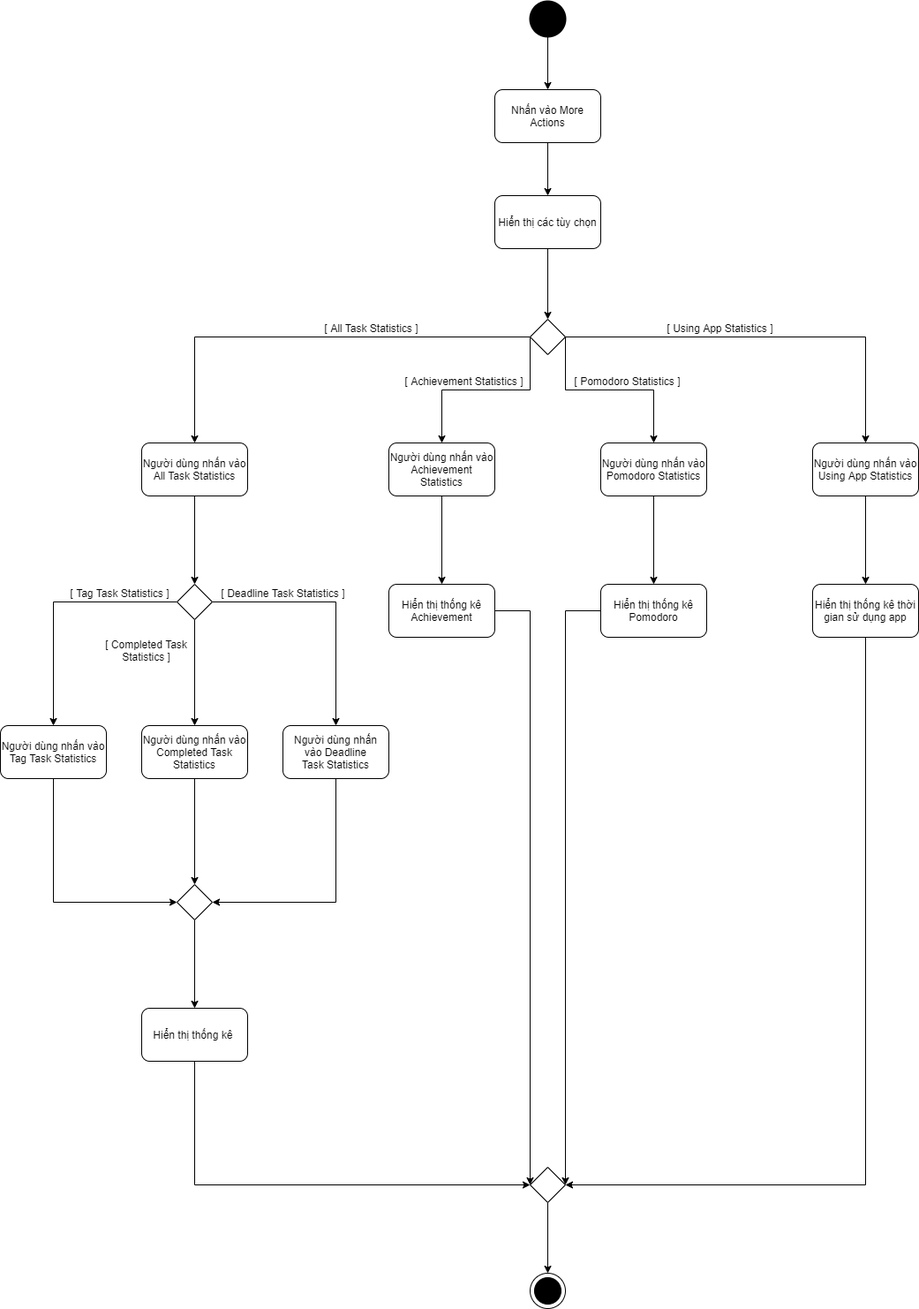
The draw.io diagram ToDoApp-Doc/Document/Diagram/Activity Diagram/Statistics/Statistics_ActivityDiagram.png in Merevoli-DatLuu/To-Do-App, before a commit. Source tidied: cells renumbered, new cells last; positions are measured from the earlier drawing's top-left corner, leaving out a move shared by most shapes.
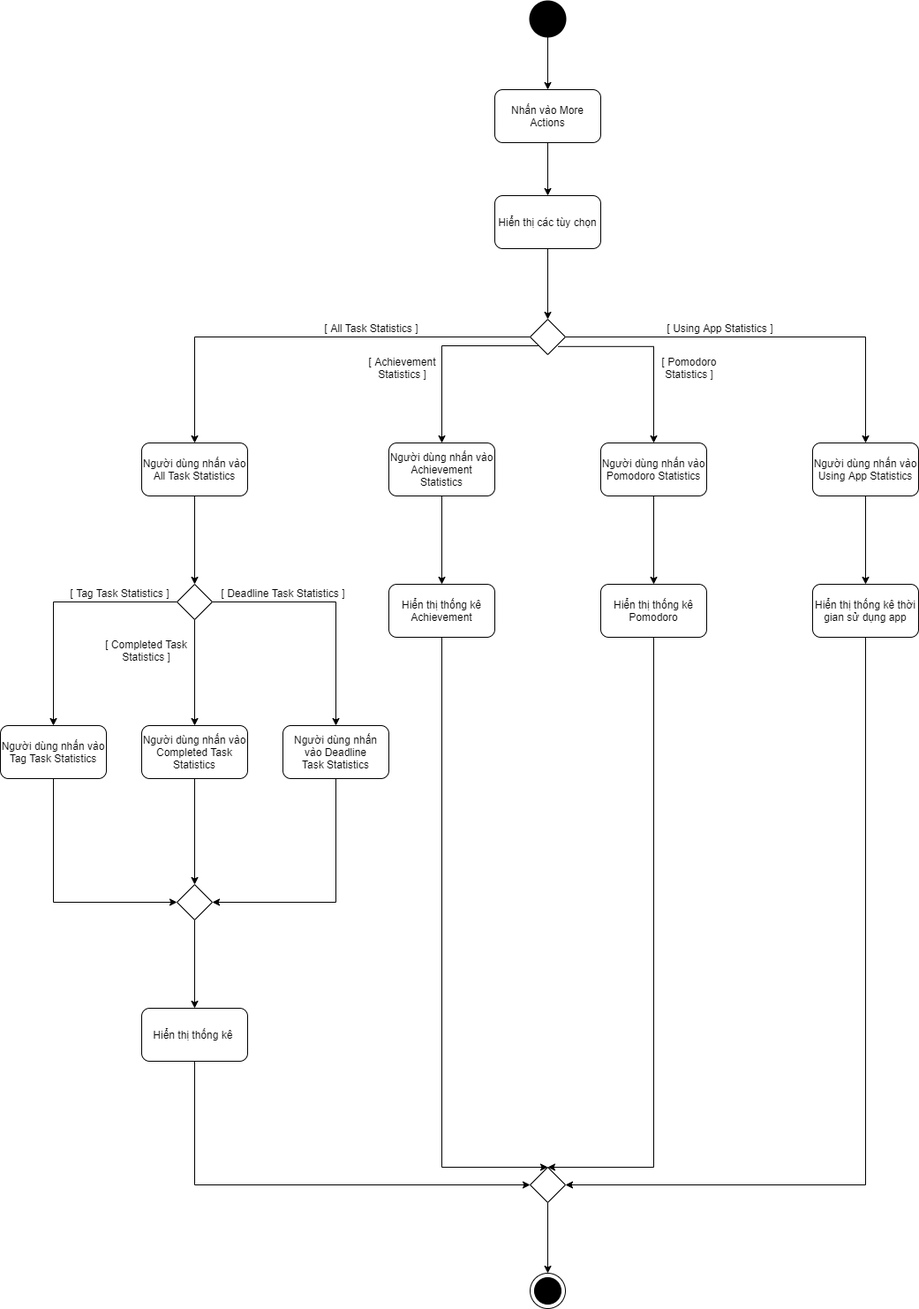
Later version of the same file.

Commit message:
[Modified] : Statistics_ActivityDiagram Image

Diff of the diagram source:
```diff
@@ -64,20 +64,20 @@
     <mxCell id="19" value="Người dùng nhấn vào Using App Statistics" style="rounded=1;whiteSpace=wrap;html=1;" parent="1" vertex="1">
       <mxGeometry x="920" y="500" width="120" height="60" as="geometry" />
     </mxCell>
-    <mxCell id="20" style="edgeStyle=orthogonalEdgeStyle;rounded=0;jettySize=auto;html=1;entryX=0;entryY=0.5;entryDx=0;entryDy=0;" parent="1" edge="1" source="21" target="44">
+    <mxCell id="20" style="edgeStyle=orthogonalEdgeStyle;rounded=0;jettySize=auto;html=1;entryX=0.5;entryY=0;entryDx=0;entryDy=0;" parent="1" edge="1" source="21" target="44">
       <mxGeometry relative="1" as="geometry">
         <Array as="points">
-          <mxPoint x="600" y="690" />
+          <mxPoint x="500" y="1320" />
         </Array>
       </mxGeometry>
     </mxCell>
     <mxCell id="21" value="Hiển thị thống kê Achievement" style="rounded=1;whiteSpace=wrap;html=1;" parent="1" vertex="1">
       <mxGeometry x="440" y="660" width="120" height="60" as="geometry" />
     </mxCell>
-    <mxCell id="22" style="edgeStyle=orthogonalEdgeStyle;rounded=0;jettySize=auto;html=1;entryX=1;entryY=0.5;entryDx=0;entryDy=0;" parent="1" edge="1" source="23" target="44">
+    <mxCell id="22" style="edgeStyle=orthogonalEdgeStyle;rounded=0;jettySize=auto;html=1;entryX=0.5;entryY=0;entryDx=0;entryDy=0;" parent="1" edge="1" source="23" target="44">
       <mxGeometry relative="1" as="geometry">
         <Array as="points">
-          <mxPoint x="640" y="690" />
+          <mxPoint x="740" y="1320" />
         </Array>
       </mxGeometry>
     </mxCell>
@@ -112,19 +112,17 @@
     <mxCell id="31" style="edgeStyle=orthogonalEdgeStyle;rounded=0;jettySize=auto;html=1;" parent="1" edge="1" source="34" target="19">
       <mxGeometry relative="1" as="geometry" />
     </mxCell>
-    <mxCell id="32" style="edgeStyle=orthogonalEdgeStyle;rounded=0;jettySize=auto;html=1;exitX=0;exitY=0.5;exitDx=0;exitDy=0;" parent="1" edge="1" source="34" target="6">
+    <mxCell id="32" style="edgeStyle=orthogonalEdgeStyle;rounded=0;jettySize=auto;html=1;entryX=0.5;entryY=0;entryDx=0;entryDy=0;exitX=0.23;exitY=0.75;exitDx=0;exitDy=0;exitPerimeter=0;" parent="1" edge="1" source="34" target="6">
       <mxGeometry relative="1" as="geometry">
         <Array as="points">
-          <mxPoint x="600" y="440" />
-          <mxPoint x="500" y="440" />
+          <mxPoint x="500" y="390" />
         </Array>
       </mxGeometry>
     </mxCell>
-    <mxCell id="33" style="edgeStyle=orthogonalEdgeStyle;rounded=0;jettySize=auto;html=1;entryX=0.5;entryY=0;entryDx=0;entryDy=0;exitX=1;exitY=0.5;exitDx=0;exitDy=0;" parent="1" edge="1" source="34" target="17">
+    <mxCell id="33" style="edgeStyle=orthogonalEdgeStyle;rounded=0;jettySize=auto;html=1;entryX=0.5;entryY=0;entryDx=0;entryDy=0;exitX=0.79;exitY=0.77;exitDx=0;exitDy=0;exitPerimeter=0;" parent="1" edge="1" source="34" target="17">
       <mxGeometry relative="1" as="geometry">
         <Array as="points">
-          <mxPoint x="640" y="440" />
-          <mxPoint x="740" y="440" />
+          <mxPoint x="740" y="391" />
         </Array>
       </mxGeometry>
     </mxCell>
@@ -171,11 +169,11 @@
     <mxCell id="46" value="[&amp;nbsp;&lt;span&gt;Using App Statistics&amp;nbsp;&lt;/span&gt;]" style="text;html=1;align=center;verticalAlign=middle;" parent="1" vertex="1">
       <mxGeometry x="750" y="360" width="130" height="20" as="geometry" />
     </mxCell>
-    <mxCell id="47" value="[&amp;nbsp;&lt;span&gt;Achievement Statistics&amp;nbsp;&lt;/span&gt;]" style="text;html=1;align=center;verticalAlign=middle;" parent="1" vertex="1">
-      <mxGeometry x="450" y="420" width="150" height="20" as="geometry" />
+    <mxCell id="47" value="[&amp;nbsp;&lt;span&gt;Achievement&lt;br&gt;Statistics&amp;nbsp;&lt;/span&gt;]" style="text;html=1;align=center;verticalAlign=middle;" parent="1" vertex="1">
+      <mxGeometry x="410" y="400" width="90" height="30" as="geometry" />
     </mxCell>
-    <mxCell id="48" value="&lt;span&gt;[ Pomodoro Statistics ]&lt;/span&gt;" style="text;html=1;align=center;verticalAlign=middle;" parent="1" vertex="1">
-      <mxGeometry x="640" y="420" width="140" height="20" as="geometry" />
+    <mxCell id="48" value="&lt;span&gt;[ Pomodoro&lt;br&gt;Statistics ]&lt;/span&gt;" style="text;html=1;align=center;verticalAlign=middle;" parent="1" vertex="1">
+      <mxGeometry x="740" y="400" width="80" height="30" as="geometry" />
     </mxCell>
     <mxCell id="49" value="[&amp;nbsp;&lt;span&gt;Tag Task Statistics&amp;nbsp;&lt;/span&gt;]" style="text;html=1;align=center;verticalAlign=middle;" parent="1" vertex="1">
       <mxGeometry x="70" y="660" width="130" height="20" as="geometry" />
```
